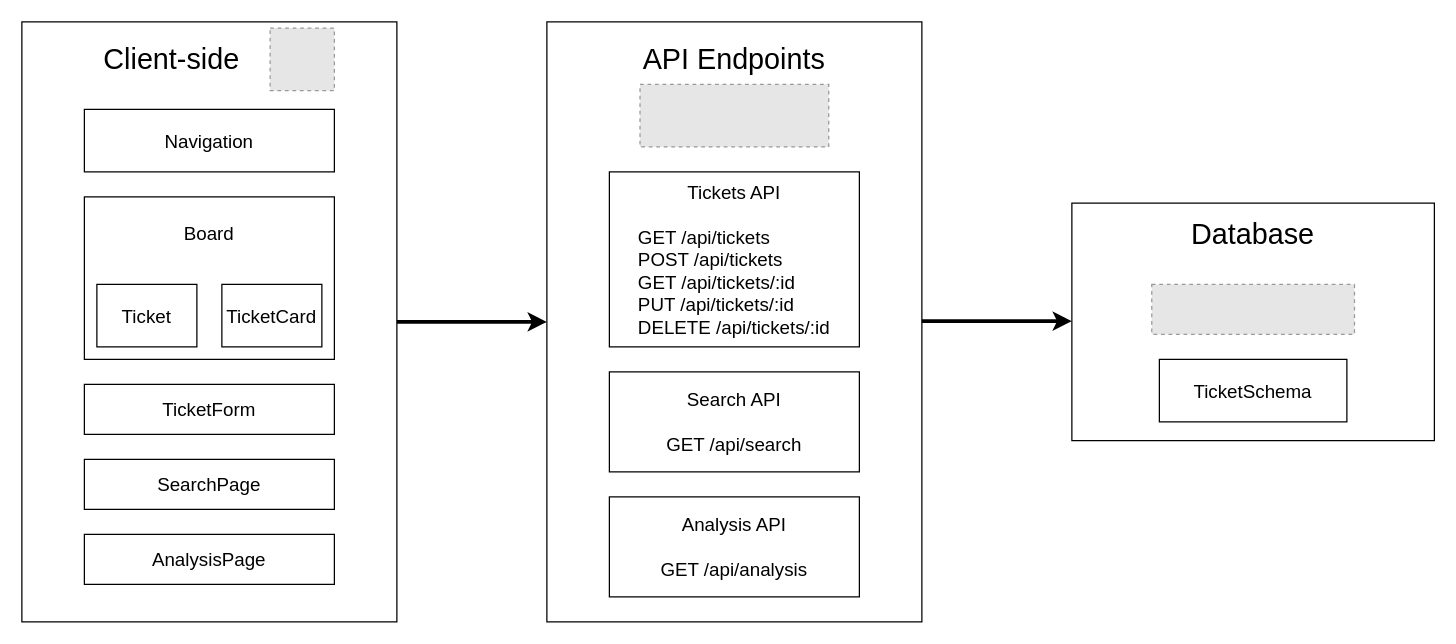
This is public/componentdiagram-tf.drawio from koduli/ticket-flow, a draw.io file, before an edit. Source tidied: cells renumbered, new cells numbered last; positions are measured from the earlier drawing's top-left corner, leaving out a move shared by most shapes. Both pictures are drawn from the tidied source at 125%, with x=0, y=0 at pixel (21, 21). Pictures stored in the file or linked from it are replaced by grey dashed boxes.
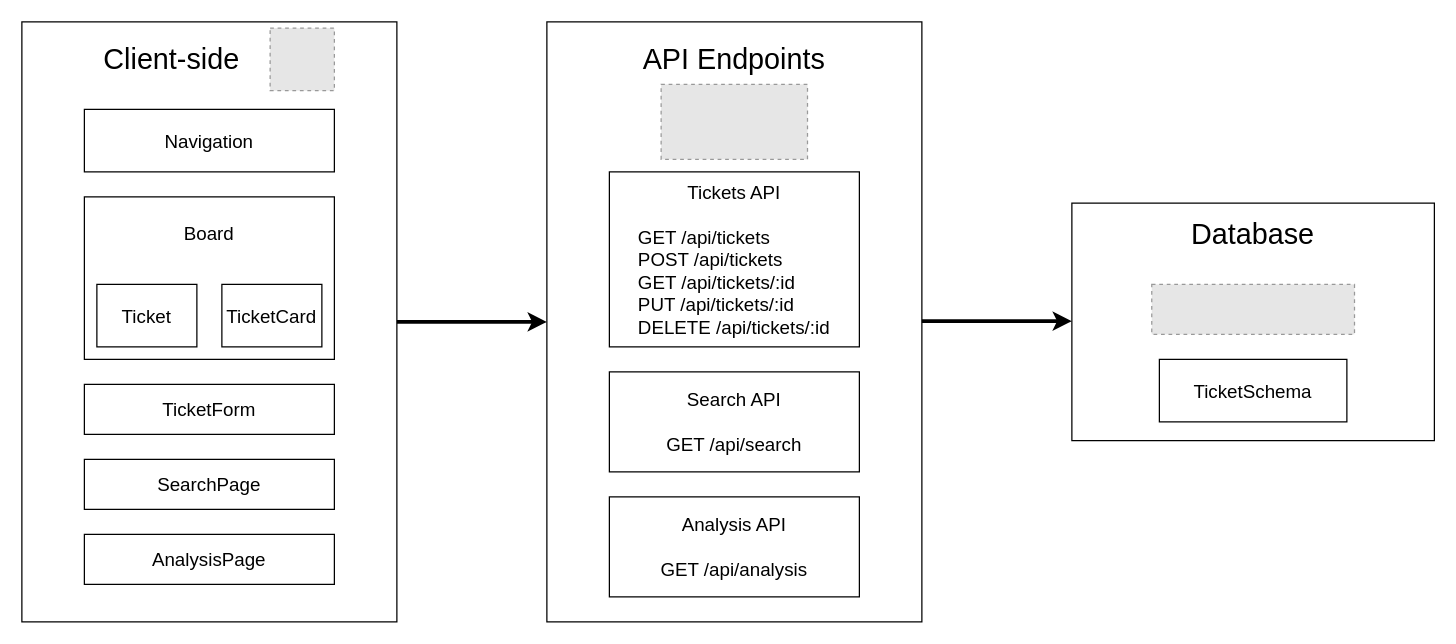
The same page after the edit.

Change to the diagram source:
```diff
@@
-    <mxCell id="22" style="fillColor=#E6E6E6;strokeColor=#999999;dashed=1;verticalLabelPosition=bottom;labelBackgroundColor=default;verticalAlign=top;" parent="1" vertex="1">
-      <mxGeometry x="494.5" y="50" width="151" height="50" as="geometry" />
-    </mxCell>
@@
+    <mxCell id="24" style="fillColor=#E6E6E6;strokeColor=#999999;dashed=1;verticalLabelPosition=bottom;labelBackgroundColor=default;verticalAlign=top;" parent="1" vertex="1">
+      <mxGeometry x="511.4" y="50" width="117.1" height="60" as="geometry" />
+    </mxCell>
```
